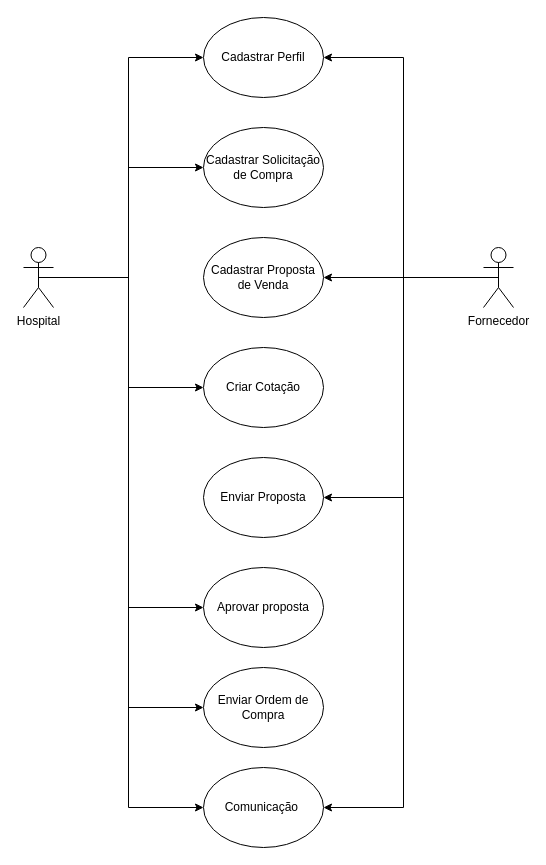
Before: Diagrama sem nome.drawio in devtnascimento/modelagem, a draw.io diagram. Source tidied: cells renumbered, new cells numbered last; positions are measured from the earlier drawing's top-left corner, leaving out a move shared by most shapes. Both pictures are drawn from the tidied source at 100%, with x=0, y=0 at pixel (23, 17).
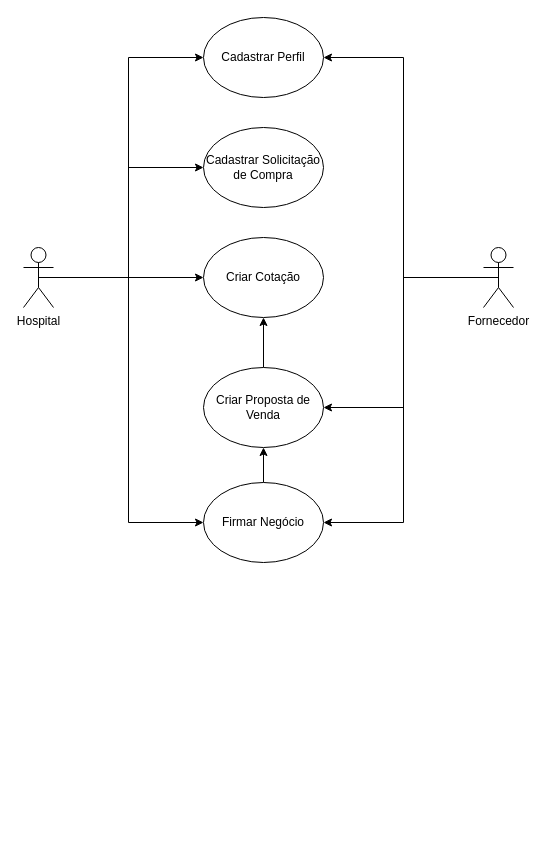
The same page after the edit.

The change refers to these unchanged cells:
```xml
<mxCell id="11" value="Hospital" style="shape=umlActor;verticalLabelPosition=bottom;verticalAlign=top;html=1;outlineConnect=0;" parent="1" vertex="1">
  <mxGeometry y="230" width="30" height="60" as="geometry" />
</mxCell>
<mxCell id="16" value="Fornecedor" style="shape=umlActor;verticalLabelPosition=bottom;verticalAlign=top;html=1;outlineConnect=0;" parent="1" vertex="1">
  <mxGeometry x="460" y="230" width="30" height="60" as="geometry" />
</mxCell>
```

Diff of the diagram source:
```diff
@@
+    <mxCell id="22" style="edgeStyle=orthogonalEdgeStyle;rounded=0;jettySize=auto;html=1;exitX=0.5;exitY=0;exitDx=0;exitDy=0;entryX=0.5;entryY=1;entryDx=0;entryDy=0;" parent="1" edge="1" source="4" target="18">
+      <mxGeometry relative="1" as="geometry" />
+    </mxCell>
-    <mxCell id="4" value="Cadastrar Proposta de Venda" style="ellipse;whiteSpace=wrap;html=1;" parent="1" vertex="1">
-      <mxGeometry x="180" y="220" width="120" height="80" as="geometry" />
+    <mxCell id="4" value="Criar Proposta de Venda" style="ellipse;whiteSpace=wrap;html=1;" parent="1" vertex="1">
+      <mxGeometry x="180" y="350" width="120" height="80" as="geometry" />
     </mxCell>
@@
-    <mxCell id="7" style="edgeStyle=orthogonalEdgeStyle;rounded=0;jettySize=auto;html=1;exitX=0.5;exitY=0.5;exitDx=0;exitDy=0;exitPerimeter=0;entryX=0;entryY=0.5;entryDx=0;entryDy=0;" parent="1" edge="1" source="11" target="17">
-      <mxGeometry relative="1" as="geometry" />
-    </mxCell>
@@
-    <mxCell id="9" style="edgeStyle=orthogonalEdgeStyle;rounded=0;jettySize=auto;html=1;exitX=0.5;exitY=0.5;exitDx=0;exitDy=0;exitPerimeter=0;entryX=0;entryY=0.5;entryDx=0;entryDy=0;" parent="1" edge="1" source="11" target="20">
-      <mxGeometry relative="1" as="geometry" />
-    </mxCell>
@@
-    <mxCell id="13" style="edgeStyle=orthogonalEdgeStyle;rounded=0;jettySize=auto;html=1;exitX=0.5;exitY=0.5;exitDx=0;exitDy=0;exitPerimeter=0;" parent="1" edge="1" source="16" target="4">
+    <mxCell id="13" style="edgeStyle=orthogonalEdgeStyle;rounded=0;jettySize=auto;html=1;exitX=0.5;exitY=0.5;exitDx=0;exitDy=0;exitPerimeter=0;entryX=1;entryY=0.5;entryDx=0;entryDy=0;" parent="1" edge="1" source="16" target="4">
       <mxGeometry relative="1" as="geometry" />
     </mxCell>
-    <mxCell id="14" style="edgeStyle=orthogonalEdgeStyle;rounded=0;jettySize=auto;html=1;exitX=0.5;exitY=0.5;exitDx=0;exitDy=0;exitPerimeter=0;entryX=1;entryY=0.5;entryDx=0;entryDy=0;" parent="1" edge="1" source="16" target="17">
-      <mxGeometry relative="1" as="geometry" />
-    </mxCell>
-    <mxCell id="15" style="edgeStyle=orthogonalEdgeStyle;rounded=0;jettySize=auto;html=1;exitX=0.5;exitY=0.5;exitDx=0;exitDy=0;exitPerimeter=0;entryX=1;entryY=0.5;entryDx=0;entryDy=0;" parent="1" edge="1" source="16" target="19">
-      <mxGeometry relative="1" as="geometry" />
-    </mxCell>
+    <mxCell id="23" style="edgeStyle=orthogonalEdgeStyle;rounded=0;jettySize=auto;html=1;exitX=0.5;exitY=0.5;exitDx=0;exitDy=0;exitPerimeter=0;entryX=1;entryY=0.5;entryDx=0;entryDy=0;" parent="1" edge="1" source="16" target="21">
+      <mxGeometry relative="1" as="geometry" />
+    </mxCell>
@@
-    <mxCell id="17" value="Comunicação&amp;nbsp;" style="ellipse;whiteSpace=wrap;html=1;" parent="1" vertex="1">
-      <mxGeometry x="180" y="750" width="120" height="80" as="geometry" />
-    </mxCell>
+    <mxCell id="24" style="edgeStyle=orthogonalEdgeStyle;rounded=0;jettySize=auto;html=1;" parent="1" edge="1" source="21" target="4">
+      <mxGeometry relative="1" as="geometry" />
+    </mxCell>
+    <mxCell id="21" value="Firmar Negócio" style="ellipse;whiteSpace=wrap;html=1;" parent="1" vertex="1">
+      <mxGeometry x="180" y="465" width="120" height="80" as="geometry" />
+    </mxCell>
     <mxCell id="18" value="Criar Cotação" style="ellipse;whiteSpace=wrap;html=1;" parent="1" vertex="1">
-      <mxGeometry x="180" y="330" width="120" height="80" as="geometry" />
+      <mxGeometry x="180" y="220" width="120" height="80" as="geometry" />
     </mxCell>
-    <mxCell id="19" value="Enviar Proposta" style="ellipse;whiteSpace=wrap;html=1;" parent="1" vertex="1">
-      <mxGeometry x="180" y="440" width="120" height="80" as="geometry" />
-    </mxCell>
-    <mxCell id="20" value="Aprovar proposta" style="ellipse;whiteSpace=wrap;html=1;" parent="1" vertex="1">
-      <mxGeometry x="180" y="550" width="120" height="80" as="geometry" />
-    </mxCell>
-    <mxCell id="21" value="Enviar Ordem de Compra" style="ellipse;whiteSpace=wrap;html=1;" parent="1" vertex="1">
-      <mxGeometry x="180" y="650" width="120" height="80" as="geometry" />
-    </mxCell>
```
